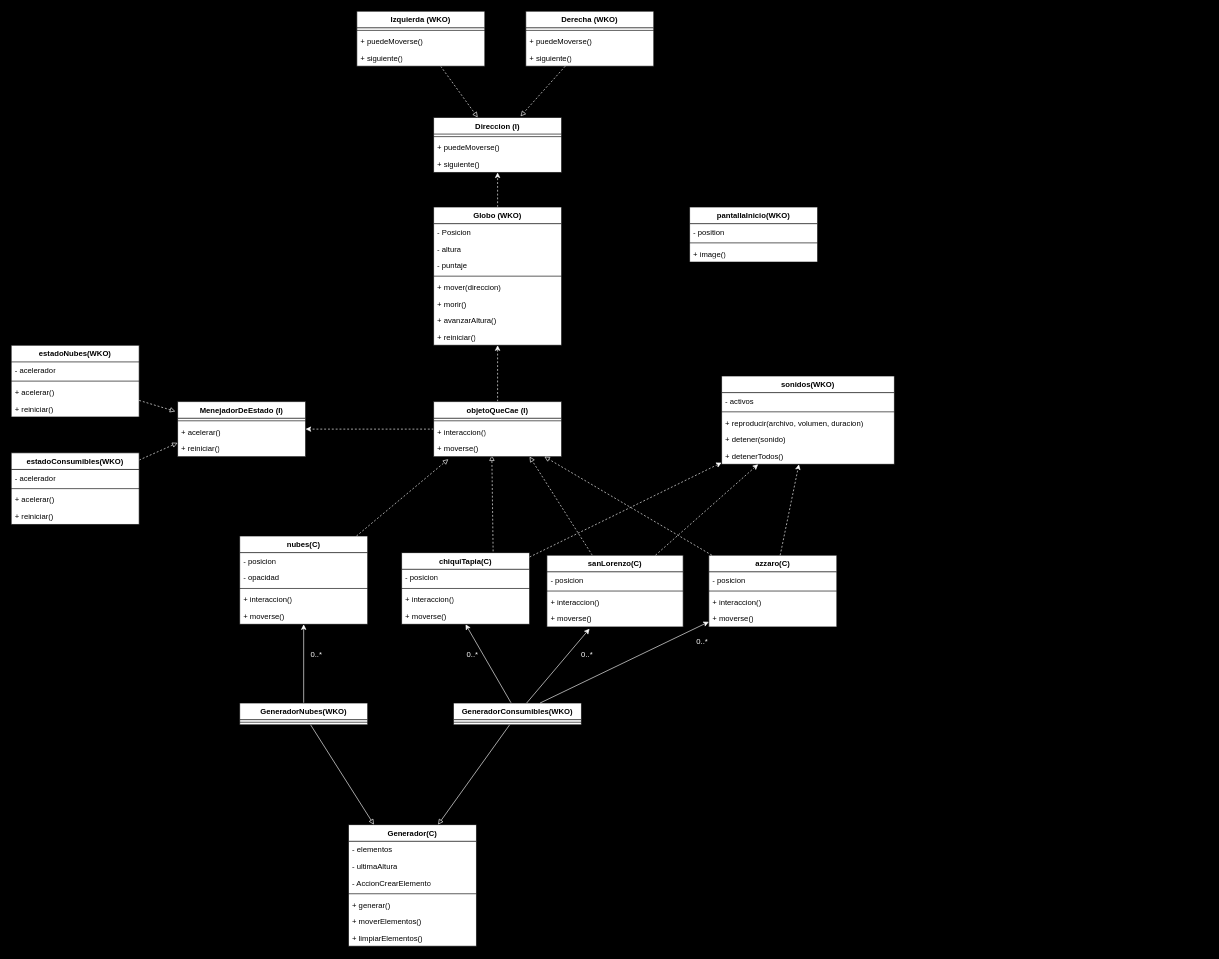
Earlier version of the draw.io diagram diagramaClases.drawio (pdepjm/2026-o-game-odio-prolog). Source tidied: cells renumbered, new cells numbered last; positions are measured from the earlier drawing's top-left corner, leaving out a move shared by most shapes. Both pictures are drawn from the tidied source at 64%, with x=0, y=0 at pixel (11, 11).
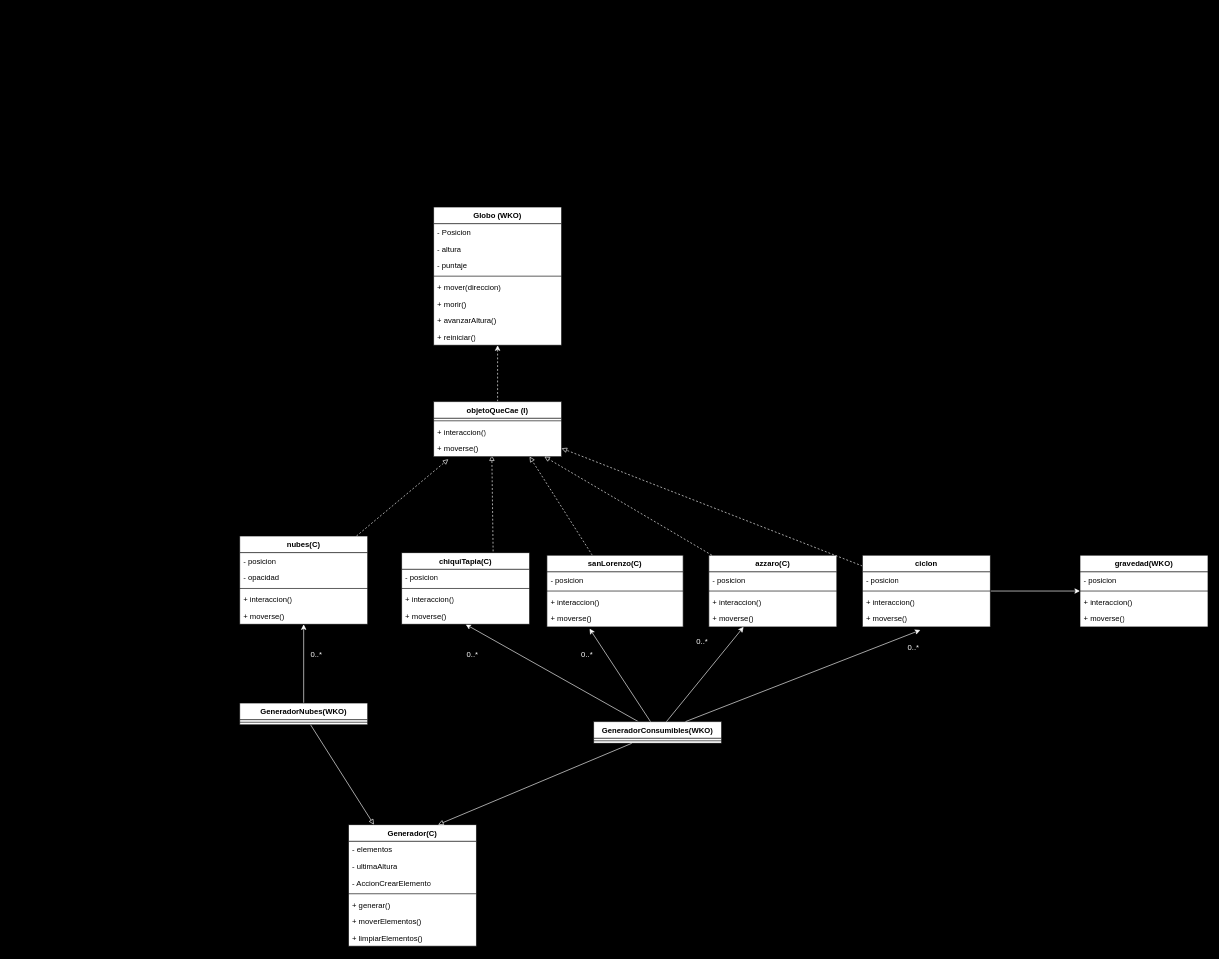
The same page after the edit.

Commit message:
diagrama de clases modificado

The change refers to these unchanged cells:
```xml
<mxCell id="3" value="Globo (WKO)" style="swimlane;fontStyle=1;align=center;verticalAlign=top;horizontal=1;startSize=26;whiteSpace=wrap;html=1;swimlaneFillColor=default;" parent="1" vertex="1">
  <mxGeometry x="660" y="306" width="200" height="216" as="geometry" />
</mxCell>
<mxCell id="54" value="chiquiTapia(C)" style="swimlane;fontStyle=1;align=center;verticalAlign=top;horizontal=1;startSize=26;whiteSpace=wrap;html=1;swimlaneFillColor=default;" parent="1" vertex="1">
  <mxGeometry x="610" y="846" width="200" height="112" as="geometry" />
</mxCell>
<mxCell id="63" value="objetoQueCae (I)" style="swimlane;fontStyle=1;align=center;verticalAlign=top;horizontal=1;startSize=26;whiteSpace=wrap;html=1;swimlaneFillColor=default;" parent="1" vertex="1">
  <mxGeometry x="660" y="610" width="200" height="86" as="geometry" />
</mxCell>
<mxCell id="66" value="+ moverse()" style="text;strokeColor=none;fillColor=none;align=left;verticalAlign=top;spacingLeft=4;spacingRight=4;overflow=hidden;points=[[0,0.5],[1,0.5]];portConstraint=eastwest;whiteSpace=wrap;html=1;" parent="63" vertex="1">
  <mxGeometry y="60" width="200" height="26" as="geometry" />
</mxCell>
<mxCell id="68" value="sanLorenzo(C)" style="swimlane;fontStyle=1;align=center;verticalAlign=top;horizontal=1;startSize=26;whiteSpace=wrap;html=1;swimlaneFillColor=default;" parent="1" vertex="1">
  <mxGeometry x="837" y="850" width="213" height="112" as="geometry" />
</mxCell>
<mxCell id="88" value="azzaro(C)" style="swimlane;fontStyle=1;align=center;verticalAlign=top;horizontal=1;startSize=26;whiteSpace=wrap;html=1;swimlaneFillColor=default;" parent="1" vertex="1">
  <mxGeometry x="1090" y="850" width="200" height="112" as="geometry" />
</mxCell>
```

The edit, as a diff of the source:
```diff
@@
-    <mxCell id="2" style="edgeStyle=none;shape=connector;rounded=1;html=1;entryX=0.5;entryY=1;entryDx=0;entryDy=0;strokeColor=#FFFFFF;align=center;verticalAlign=middle;fontFamily=Helvetica;fontSize=11;fontColor=default;labelBackgroundColor=default;endArrow=classic;dashed=1;" parent="1" edge="1" source="3" target="12">
-      <mxGeometry relative="1" as="geometry" />
-    </mxCell>
@@
-    <mxCell id="12" value="Direccion (I)" style="swimlane;fontStyle=1;align=center;verticalAlign=top;horizontal=1;startSize=26;whiteSpace=wrap;html=1;swimlaneFillColor=default;" parent="1" vertex="1">
-      <mxGeometry x="660" y="166" width="200" height="86" as="geometry" />
-    </mxCell>
-    <mxCell id="13" style="line;strokeWidth=1;fillColor=none;align=left;verticalAlign=middle;spacingTop=-1;spacingLeft=3;spacingRight=3;labelPosition=right;strokeColor=inherit;" parent="12" vertex="1">
-      <mxGeometry y="26" width="200" height="8" as="geometry" />
-    </mxCell>
-    <mxCell id="14" value="+ puedeMoverse()" style="text;strokeColor=none;fillColor=none;align=left;verticalAlign=top;spacingLeft=4;spacingRight=4;overflow=hidden;whiteSpace=wrap;html=1;" parent="12" vertex="1">
-      <mxGeometry y="34" width="200" height="26" as="geometry" />
-    </mxCell>
-    <mxCell id="15" value="+ siguiente()" style="text;strokeColor=none;fillColor=none;align=left;verticalAlign=top;spacingLeft=4;spacingRight=4;overflow=hidden;whiteSpace=wrap;html=1;" parent="12" vertex="1">
-      <mxGeometry y="60" width="200" height="26" as="geometry" />
-    </mxCell>
-    <mxCell id="16" style="edgeStyle=none;shape=connector;rounded=1;html=1;strokeColor=#FFFFFF;align=center;verticalAlign=middle;fontFamily=Helvetica;fontSize=11;fontColor=default;labelBackgroundColor=default;endArrow=block;endFill=0;dashed=1;" parent="1" edge="1" source="17" target="12">
-      <mxGeometry relative="1" as="geometry" />
-    </mxCell>
-    <mxCell id="17" value="Izquierda (WKO)" style="swimlane;fontStyle=1;align=center;verticalAlign=top;horizontal=1;startSize=26;whiteSpace=wrap;html=1;swimlaneFillColor=default;" parent="1" vertex="1">
-      <mxGeometry x="540" width="200" height="86" as="geometry" />
-    </mxCell>
-    <mxCell id="18" style="line;strokeWidth=1;fillColor=none;align=left;verticalAlign=middle;spacingTop=-1;spacingLeft=3;spacingRight=3;labelPosition=right;strokeColor=inherit;" parent="17" vertex="1">
-      <mxGeometry y="26" width="200" height="8" as="geometry" />
-    </mxCell>
-    <mxCell id="19" value="+ puedeMoverse()" style="text;strokeColor=none;fillColor=none;align=left;verticalAlign=top;spacingLeft=4;spacingRight=4;overflow=hidden;whiteSpace=wrap;html=1;" parent="17" vertex="1">
-      <mxGeometry y="34" width="200" height="26" as="geometry" />
-    </mxCell>
-    <mxCell id="20" value="+ siguiente()" style="text;strokeColor=none;fillColor=none;align=left;verticalAlign=top;spacingLeft=4;spacingRight=4;overflow=hidden;whiteSpace=wrap;html=1;" parent="17" vertex="1">
-      <mxGeometry y="60" width="200" height="26" as="geometry" />
-    </mxCell>
-    <mxCell id="21" value="Derecha (WKO)" style="swimlane;fontStyle=1;align=center;verticalAlign=top;horizontal=1;startSize=26;whiteSpace=wrap;html=1;swimlaneFillColor=default;" parent="1" vertex="1">
-      <mxGeometry x="804" width="200" height="86" as="geometry" />
-    </mxCell>
-    <mxCell id="22" style="line;strokeWidth=1;fillColor=none;align=left;verticalAlign=middle;spacingTop=-1;spacingLeft=3;spacingRight=3;labelPosition=right;strokeColor=inherit;" parent="21" vertex="1">
-      <mxGeometry y="26" width="200" height="8" as="geometry" />
-    </mxCell>
-    <mxCell id="23" value="+ puedeMoverse()" style="text;strokeColor=none;fillColor=none;align=left;verticalAlign=top;spacingLeft=4;spacingRight=4;overflow=hidden;whiteSpace=wrap;html=1;" parent="21" vertex="1">
-      <mxGeometry y="34" width="200" height="26" as="geometry" />
-    </mxCell>
-    <mxCell id="24" value="+ siguiente()" style="text;strokeColor=none;fillColor=none;align=left;verticalAlign=top;spacingLeft=4;spacingRight=4;overflow=hidden;whiteSpace=wrap;html=1;" parent="21" vertex="1">
-      <mxGeometry y="60" width="200" height="26" as="geometry" />
-    </mxCell>
-    <mxCell id="25" style="edgeStyle=none;shape=connector;rounded=1;html=1;entryX=0.679;entryY=-0.02;entryDx=0;entryDy=0;entryPerimeter=0;strokeColor=#FFFFFF;align=center;verticalAlign=middle;fontFamily=Helvetica;fontSize=11;fontColor=default;labelBackgroundColor=default;endArrow=block;endFill=0;dashed=1;" parent="1" edge="1" source="21" target="12">
-      <mxGeometry relative="1" as="geometry" />
-    </mxCell>
@@
     <mxCell id="39" value="GeneradorConsumibles(WKO)" style="swimlane;fontStyle=1;align=center;verticalAlign=top;horizontal=1;startSize=26;whiteSpace=wrap;html=1;swimlaneFillColor=default;" parent="1" vertex="1">
-      <mxGeometry x="691" y="1081" width="200" height="34" as="geometry" />
+      <mxGeometry x="910" y="1110" width="200" height="34" as="geometry" />
     </mxCell>
@@
-    <mxCell id="50" value="MenejadorDeEstado (I)" style="swimlane;fontStyle=1;align=center;verticalAlign=top;horizontal=1;startSize=26;whiteSpace=wrap;html=1;swimlaneFillColor=default;" parent="1" vertex="1">
-      <mxGeometry x="260" y="610" width="200" height="86" as="geometry" />
-    </mxCell>
-    <mxCell id="51" style="line;strokeWidth=1;fillColor=none;align=left;verticalAlign=middle;spacingTop=-1;spacingLeft=3;spacingRight=3;labelPosition=right;strokeColor=inherit;" parent="50" vertex="1">
-      <mxGeometry y="26" width="200" height="8" as="geometry" />
-    </mxCell>
-    <mxCell id="52" value="+ acelerar()" style="text;strokeColor=none;fillColor=none;align=left;verticalAlign=top;spacingLeft=4;spacingRight=4;overflow=hidden;whiteSpace=wrap;html=1;" parent="50" vertex="1">
-      <mxGeometry y="34" width="200" height="26" as="geometry" />
-    </mxCell>
-    <mxCell id="53" value="+ reiniciar()" style="text;strokeColor=none;fillColor=none;align=left;verticalAlign=top;spacingLeft=4;spacingRight=4;overflow=hidden;whiteSpace=wrap;html=1;" parent="50" vertex="1">
-      <mxGeometry y="60" width="200" height="26" as="geometry" />
-    </mxCell>
@@
-    <mxCell id="62" style="edgeStyle=none;shape=connector;rounded=1;html=1;entryX=1;entryY=0.5;entryDx=0;entryDy=0;strokeColor=#FFFFFF;align=center;verticalAlign=middle;fontFamily=Helvetica;fontSize=11;fontColor=default;labelBackgroundColor=default;endArrow=classic;dashed=1;" parent="1" edge="1" source="63" target="50">
-      <mxGeometry relative="1" as="geometry" />
-    </mxCell>
@@
-    <mxCell id="75" value="estadoNubes(WKO)" style="swimlane;fontStyle=1;align=center;verticalAlign=top;horizontal=1;startSize=26;whiteSpace=wrap;html=1;swimlaneFillColor=default;" parent="1" vertex="1">
-      <mxGeometry y="522" width="200" height="112" as="geometry" />
-    </mxCell>
-    <mxCell id="76" value="- acelerador" style="text;strokeColor=none;fillColor=none;align=left;verticalAlign=top;spacingLeft=4;spacingRight=4;overflow=hidden;whiteSpace=wrap;html=1;" parent="75" vertex="1">
-      <mxGeometry y="26" width="200" height="26" as="geometry" />
-    </mxCell>
-    <mxCell id="77" style="line;strokeWidth=1;fillColor=none;align=left;verticalAlign=middle;spacingTop=-1;spacingLeft=3;spacingRight=3;labelPosition=right;strokeColor=inherit;" parent="75" vertex="1">
-      <mxGeometry y="52" width="200" height="8" as="geometry" />
-    </mxCell>
-    <mxCell id="78" value="+ acelerar()" style="text;strokeColor=none;fillColor=none;align=left;verticalAlign=top;spacingLeft=4;spacingRight=4;overflow=hidden;whiteSpace=wrap;html=1;" parent="75" vertex="1">
-      <mxGeometry y="60" width="200" height="26" as="geometry" />
-    </mxCell>
-    <mxCell id="79" value="+ reiniciar()" style="text;strokeColor=none;fillColor=none;align=left;verticalAlign=top;spacingLeft=4;spacingRight=4;overflow=hidden;whiteSpace=wrap;html=1;" parent="75" vertex="1">
-      <mxGeometry y="86" width="200" height="26" as="geometry" />
-    </mxCell>
-    <mxCell id="80" style="edgeStyle=none;shape=connector;rounded=1;html=1;entryX=0;entryY=0.75;entryDx=0;entryDy=0;strokeColor=#FFFFFF;align=center;verticalAlign=middle;fontFamily=Helvetica;fontSize=11;fontColor=default;labelBackgroundColor=default;endArrow=block;endFill=0;dashed=1;" parent="1" edge="1" source="81" target="50">
-      <mxGeometry relative="1" as="geometry" />
-    </mxCell>
-    <mxCell id="81" value="estadoConsumibles(WKO)" style="swimlane;fontStyle=1;align=center;verticalAlign=top;horizontal=1;startSize=26;whiteSpace=wrap;html=1;swimlaneFillColor=default;" parent="1" vertex="1">
-      <mxGeometry y="690" width="200" height="112" as="geometry" />
-    </mxCell>
-    <mxCell id="82" value="- acelerador" style="text;strokeColor=none;fillColor=none;align=left;verticalAlign=top;spacingLeft=4;spacingRight=4;overflow=hidden;whiteSpace=wrap;html=1;" parent="81" vertex="1">
-      <mxGeometry y="26" width="200" height="26" as="geometry" />
-    </mxCell>
-    <mxCell id="83" style="line;strokeWidth=1;fillColor=none;align=left;verticalAlign=middle;spacingTop=-1;spacingLeft=3;spacingRight=3;labelPosition=right;strokeColor=inherit;" parent="81" vertex="1">
-      <mxGeometry y="52" width="200" height="8" as="geometry" />
-    </mxCell>
-    <mxCell id="84" value="+ acelerar()" style="text;strokeColor=none;fillColor=none;align=left;verticalAlign=top;spacingLeft=4;spacingRight=4;overflow=hidden;whiteSpace=wrap;html=1;" parent="81" vertex="1">
-      <mxGeometry y="60" width="200" height="26" as="geometry" />
-    </mxCell>
-    <mxCell id="85" value="+ reiniciar()" style="text;strokeColor=none;fillColor=none;align=left;verticalAlign=top;spacingLeft=4;spacingRight=4;overflow=hidden;whiteSpace=wrap;html=1;" parent="81" vertex="1">
-      <mxGeometry y="86" width="200" height="26" as="geometry" />
-    </mxCell>
-    <mxCell id="86" style="edgeStyle=none;shape=connector;rounded=1;html=1;entryX=-0.018;entryY=0.177;entryDx=0;entryDy=0;entryPerimeter=0;strokeColor=#FFFFFF;align=center;verticalAlign=middle;fontFamily=Helvetica;fontSize=11;fontColor=default;labelBackgroundColor=default;endArrow=block;endFill=0;dashed=1;" parent="1" edge="1" source="75" target="50">
-      <mxGeometry relative="1" as="geometry" />
-    </mxCell>
@@
-    <mxCell id="96" value="sonidos(WKO)" style="swimlane;fontStyle=1;align=center;verticalAlign=top;horizontal=1;startSize=26;whiteSpace=wrap;html=1;swimlaneFillColor=default;" parent="1" vertex="1">
-      <mxGeometry x="1110" y="570" width="270" height="138" as="geometry" />
-    </mxCell>
-    <mxCell id="97" value="- activos" style="text;strokeColor=none;fillColor=none;align=left;verticalAlign=top;spacingLeft=4;spacingRight=4;overflow=hidden;whiteSpace=wrap;html=1;" parent="96" vertex="1">
-      <mxGeometry y="26" width="270" height="26" as="geometry" />
-    </mxCell>
-    <mxCell id="98" style="line;strokeWidth=1;fillColor=none;align=left;verticalAlign=middle;spacingTop=-1;spacingLeft=3;spacingRight=3;labelPosition=right;strokeColor=inherit;" parent="96" vertex="1">
-      <mxGeometry y="52" width="270" height="8" as="geometry" />
-    </mxCell>
-    <mxCell id="99" value="+ reproducir(archivo, volumen, duracion)" style="text;strokeColor=none;fillColor=none;align=left;verticalAlign=top;spacingLeft=4;spacingRight=4;overflow=hidden;whiteSpace=wrap;html=1;" parent="96" vertex="1">
-      <mxGeometry y="60" width="270" height="26" as="geometry" />
-    </mxCell>
-    <mxCell id="100" value="+ detener(sonido)" style="text;strokeColor=none;fillColor=none;align=left;verticalAlign=top;spacingLeft=4;spacingRight=4;overflow=hidden;whiteSpace=wrap;html=1;" parent="96" vertex="1">
-      <mxGeometry y="86" width="270" height="26" as="geometry" />
-    </mxCell>
-    <mxCell id="101" value="+ detenerTodos()" style="text;strokeColor=none;fillColor=none;align=left;verticalAlign=top;spacingLeft=4;spacingRight=4;overflow=hidden;whiteSpace=wrap;html=1;" parent="96" vertex="1">
-      <mxGeometry y="112" width="270" height="26" as="geometry" />
-    </mxCell>
-    <mxCell id="102" style="edgeStyle=none;shape=connector;rounded=1;html=1;strokeColor=#FFFFFF;align=center;verticalAlign=middle;fontFamily=Helvetica;fontSize=11;fontColor=default;labelBackgroundColor=default;endArrow=classic;dashed=1;" parent="1" edge="1" source="68" target="96">
-      <mxGeometry relative="1" as="geometry" />
-    </mxCell>
-    <mxCell id="103" style="edgeStyle=none;shape=connector;rounded=1;html=1;strokeColor=#FFFFFF;align=center;verticalAlign=middle;fontFamily=Helvetica;fontSize=11;fontColor=default;labelBackgroundColor=default;endArrow=classic;dashed=1;" parent="1" edge="1" source="54" target="96">
-      <mxGeometry relative="1" as="geometry" />
-    </mxCell>
-    <mxCell id="104" style="edgeStyle=none;shape=connector;rounded=1;html=1;strokeColor=#FFFFFF;align=center;verticalAlign=middle;fontFamily=Helvetica;fontSize=11;fontColor=default;labelBackgroundColor=default;endArrow=classic;dashed=1;" parent="1" edge="1" source="88" target="96">
-      <mxGeometry relative="1" as="geometry" />
-    </mxCell>
-    <mxCell id="105" value="pantallaInicio(WKO)" style="swimlane;fontStyle=1;align=center;verticalAlign=top;horizontal=1;startSize=26;whiteSpace=wrap;html=1;swimlaneFillColor=default;" parent="1" vertex="1">
-      <mxGeometry x="1060" y="306" width="200" height="86" as="geometry" />
-    </mxCell>
-    <mxCell id="106" value="- position" style="text;strokeColor=none;fillColor=none;align=left;verticalAlign=top;spacingLeft=4;spacingRight=4;overflow=hidden;whiteSpace=wrap;html=1;" parent="105" vertex="1">
-      <mxGeometry y="26" width="200" height="26" as="geometry" />
-    </mxCell>
-    <mxCell id="107" style="line;strokeWidth=1;fillColor=none;align=left;verticalAlign=middle;spacingTop=-1;spacingLeft=3;spacingRight=3;labelPosition=right;strokeColor=inherit;" parent="105" vertex="1">
-      <mxGeometry y="52" width="200" height="8" as="geometry" />
-    </mxCell>
-    <mxCell id="108" value="+ image()" style="text;strokeColor=none;fillColor=none;align=left;verticalAlign=top;spacingLeft=4;spacingRight=4;overflow=hidden;whiteSpace=wrap;html=1;" parent="105" vertex="1">
-      <mxGeometry y="60" width="200" height="26" as="geometry" />
-    </mxCell>
+    <mxCell id="109" style="edgeStyle=none;html=1;entryX=1;entryY=0.5;entryDx=0;entryDy=0;strokeColor=#FFFFFF;dashed=1;endArrow=block;endFill=0;" parent="1" edge="1" source="111" target="66">
+      <mxGeometry relative="1" as="geometry" />
+    </mxCell>
+    <mxCell id="110" style="edgeStyle=none;html=1;entryX=0;entryY=0.5;entryDx=0;entryDy=0;strokeColor=#FFFFFF;" parent="1" edge="1" source="111" target="118">
+      <mxGeometry relative="1" as="geometry" />
+    </mxCell>
+    <mxCell id="111" value="ciclon" style="swimlane;fontStyle=1;align=center;verticalAlign=top;horizontal=1;startSize=26;whiteSpace=wrap;html=1;swimlaneFillColor=default;" parent="1" vertex="1">
+      <mxGeometry x="1330" y="850" width="200" height="112" as="geometry" />
+    </mxCell>
+    <mxCell id="112" value="- posicion" style="text;strokeColor=none;fillColor=none;align=left;verticalAlign=top;spacingLeft=4;spacingRight=4;overflow=hidden;whiteSpace=wrap;html=1;" parent="111" vertex="1">
+      <mxGeometry y="26" width="200" height="26" as="geometry" />
+    </mxCell>
+    <mxCell id="113" style="line;strokeWidth=1;fillColor=none;align=left;verticalAlign=middle;spacingTop=-1;spacingLeft=3;spacingRight=3;labelPosition=right;strokeColor=inherit;" parent="111" vertex="1">
+      <mxGeometry y="52" width="200" height="8" as="geometry" />
+    </mxCell>
+    <mxCell id="114" value="+ interaccion()" style="text;strokeColor=none;fillColor=none;align=left;verticalAlign=top;spacingLeft=4;spacingRight=4;overflow=hidden;whiteSpace=wrap;html=1;" parent="111" vertex="1">
+      <mxGeometry y="60" width="200" height="26" as="geometry" />
+    </mxCell>
+    <mxCell id="115" value="+ moverse()" style="text;strokeColor=none;fillColor=none;align=left;verticalAlign=top;spacingLeft=4;spacingRight=4;overflow=hidden;points=[[0,0.5],[1,0.5]];portConstraint=eastwest;whiteSpace=wrap;html=1;" parent="111" vertex="1">
+      <mxGeometry y="86" width="200" height="26" as="geometry" />
+    </mxCell>
+    <mxCell id="116" style="edgeStyle=none;html=1;entryX=0.453;entryY=1.193;entryDx=0;entryDy=0;entryPerimeter=0;strokeColor=#FFFFFF;" parent="1" edge="1" source="39" target="115">
+      <mxGeometry relative="1" as="geometry" />
+    </mxCell>
+    <mxCell id="117" value="0..*" style="text;html=1;whiteSpace=wrap;align=center;verticalAlign=middle;rounded=0;fontColor=#FFFFFF;" parent="1" vertex="1">
+      <mxGeometry x="1380" y="980" width="60" height="30" as="geometry" />
+    </mxCell>
+    <mxCell id="118" value="gravedad(WKO)" style="swimlane;fontStyle=1;align=center;verticalAlign=top;horizontal=1;startSize=26;whiteSpace=wrap;html=1;swimlaneFillColor=default;" parent="1" vertex="1">
+      <mxGeometry x="1670" y="850" width="200" height="112" as="geometry" />
+    </mxCell>
+    <mxCell id="119" value="- posicion" style="text;strokeColor=none;fillColor=none;align=left;verticalAlign=top;spacingLeft=4;spacingRight=4;overflow=hidden;whiteSpace=wrap;html=1;" parent="118" vertex="1">
+      <mxGeometry y="26" width="200" height="26" as="geometry" />
+    </mxCell>
+    <mxCell id="120" style="line;strokeWidth=1;fillColor=none;align=left;verticalAlign=middle;spacingTop=-1;spacingLeft=3;spacingRight=3;labelPosition=right;strokeColor=inherit;" parent="118" vertex="1">
+      <mxGeometry y="52" width="200" height="8" as="geometry" />
+    </mxCell>
+    <mxCell id="121" value="+ interaccion()" style="text;strokeColor=none;fillColor=none;align=left;verticalAlign=top;spacingLeft=4;spacingRight=4;overflow=hidden;whiteSpace=wrap;html=1;" parent="118" vertex="1">
+      <mxGeometry y="60" width="200" height="26" as="geometry" />
+    </mxCell>
+    <mxCell id="122" value="+ moverse()" style="text;strokeColor=none;fillColor=none;align=left;verticalAlign=top;spacingLeft=4;spacingRight=4;overflow=hidden;whiteSpace=wrap;html=1;" parent="118" vertex="1">
+      <mxGeometry y="86" width="200" height="26" as="geometry" />
+    </mxCell>
```
